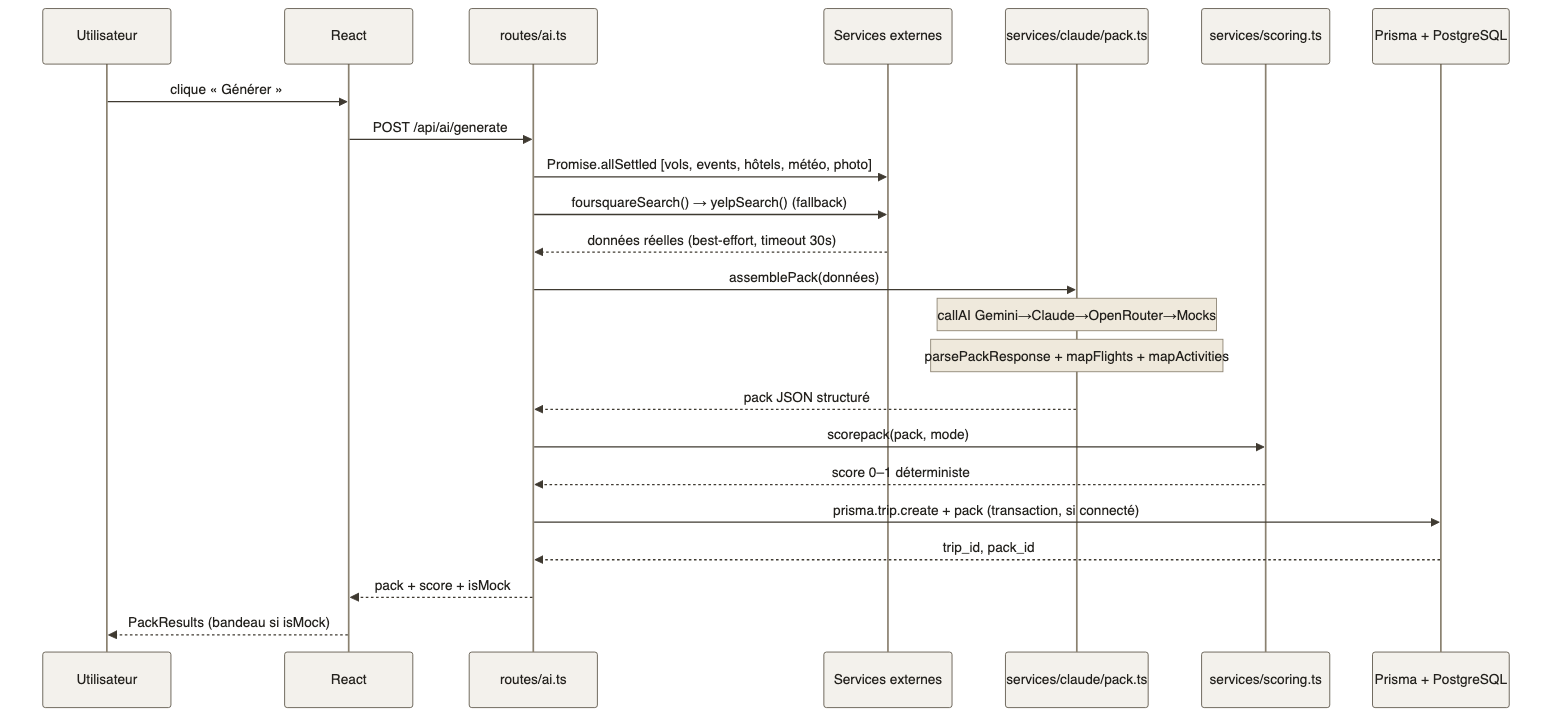
The Mermaid diagram docs/architecture/seq_generate.png in loties1533/tripgenie-app, before a commit. Its source is kept beside it as docs/architecture/seq_generate.mmd. Source of this version:
```mermaid
sequenceDiagram
    participant U as Utilisateur
    participant R as React
    participant AI as routes/ai.ts
    participant S as Services externes
    participant PK as services/claude/pack.ts
    participant SC as services/scoring.ts
    participant P as Prisma + PostgreSQL

    U->>R: clique « Générer »
    R->>AI: POST /api/ai/generate
    AI->>S: Promise.allSettled [vols, events, hôtels, météo, photo]
    AI->>S: foursquareSearch() → yelpSearch() (fallback)
    S-->>AI: données réelles (best-effort, timeout 30s)
    AI->>PK: assemblePack(données)
    Note over PK: callAI Gemini→Claude→OpenRouter→Mocks
    Note over PK: parsePackResponse + mapFlights + mapActivities
    PK-->>AI: pack JSON structuré
    AI->>SC: scorepack(pack, mode)
    SC-->>AI: score 0–1 déterministe
    AI->>P: prisma.trip.create + pack (transaction, si connecté)
    P-->>AI: trip_id, pack_id
    AI-->>R: pack + score + isMock
    R-->>U: PackResults (bandeau si isMock)
```
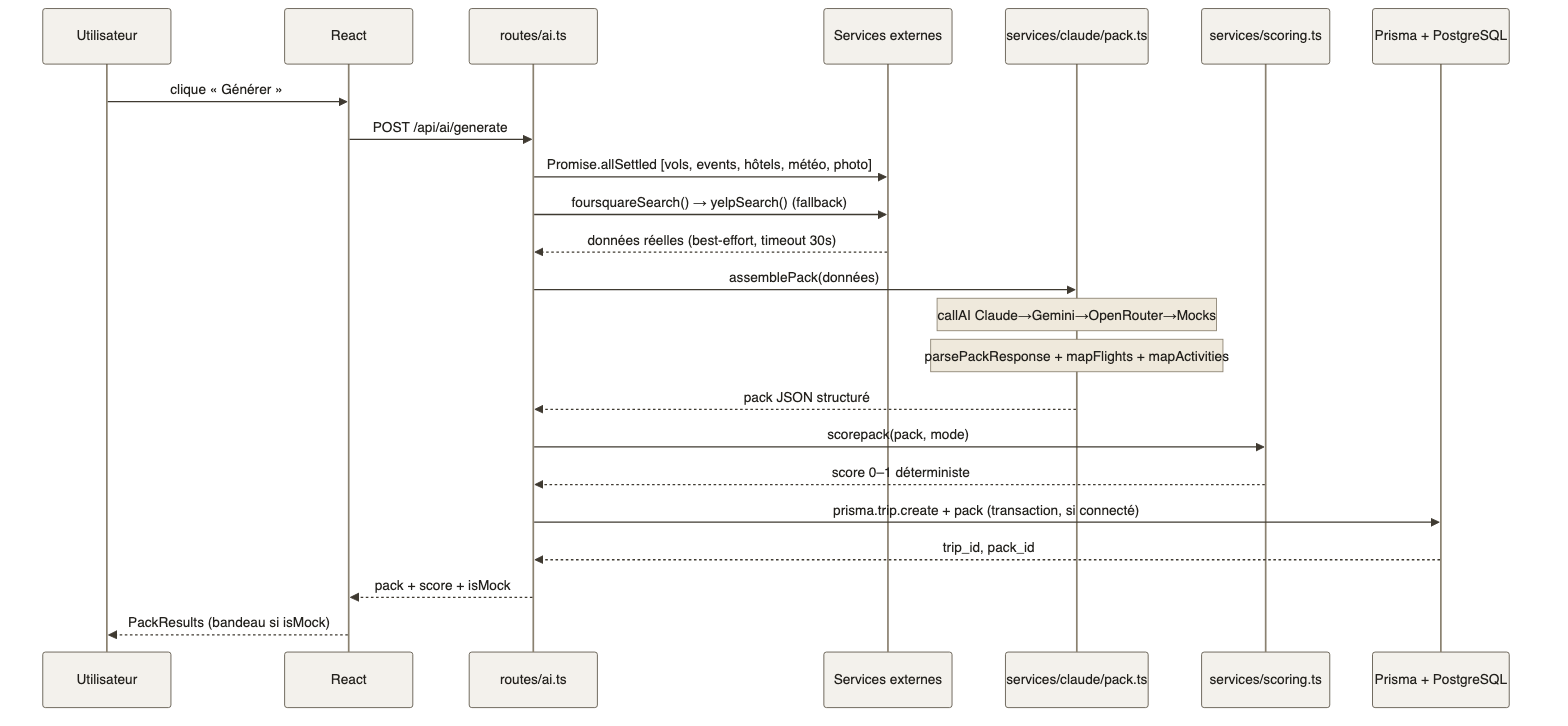
Above is the later version.

What changed in the source:
```diff
@@ -13,7 +13,7 @@
     AI->>S: foursquareSearch() → yelpSearch() (fallback)
     S-->>AI: données réelles (best-effort, timeout 30s)
     AI->>PK: assemblePack(données)
-    Note over PK: callAI Gemini→Claude→OpenRouter→Mocks
+    Note over PK: callAI Claude→Gemini→OpenRouter→Mocks
     Note over PK: parsePackResponse + mapFlights + mapActivities
     PK-->>AI: pack JSON structuré
     AI->>SC: scorepack(pack, mode)
```
